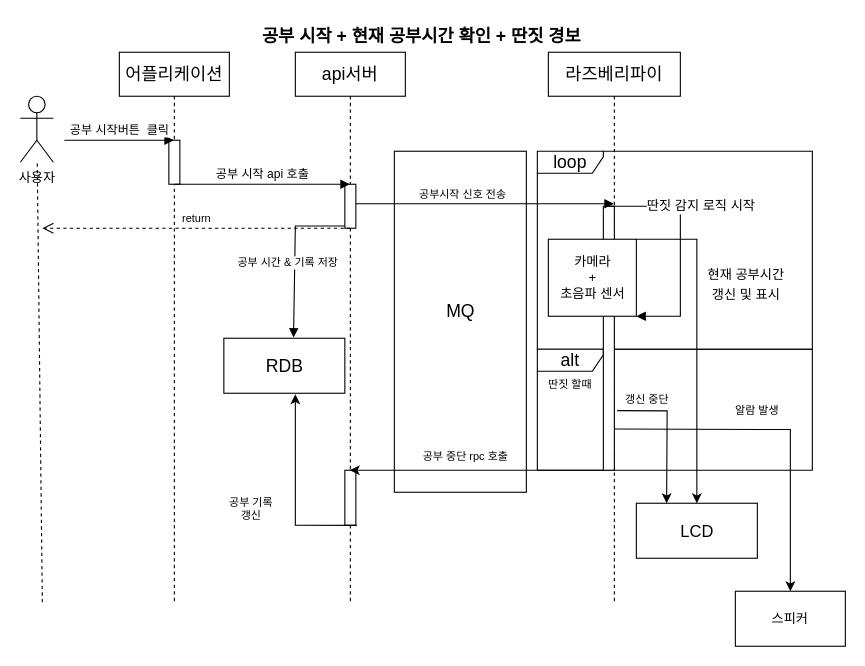
Above: page "공부 시작+공부시간 확인" (3 of 11) of doc/UML.drawio in veryneuron/study_mate_project (draw.io), before the change. Source tidied: cells renumbered, new cells numbered last; positions are measured from the earlier drawing's top-left corner, leaving out a move shared by most shapes. Both pictures are drawn from the tidied source at 110%, with x=0, y=0 at pixel (20, 19).
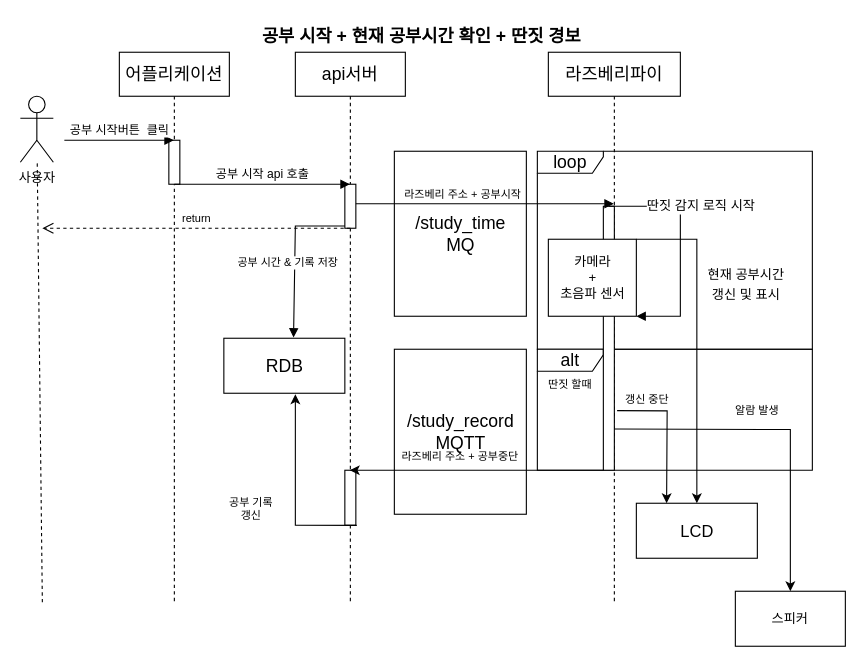
After the change.

The change refers to these unchanged cells:
```xml
<mxCell id="6" style="html=1;points=[];perimeter=orthogonalPerimeter;" parent="5" vertex="1">
  <mxGeometry x="45" y="120" width="10" height="40" as="geometry" />
</mxCell>
<mxCell id="11" value="라즈베리파이" style="shape=umlLifeline;perimeter=lifelinePerimeter;whiteSpace=wrap;html=1;outlineConnect=0;fontSize=16;" parent="1" vertex="1">
  <mxGeometry x="480" y="30" width="120" height="500" as="geometry" />
</mxCell>
```

The edit, as a diff of the source:
```diff
@@
+    <mxCell id="36" value="/study_record&lt;br&gt;MQTT" style="html=1;fontSize=16;" parent="1" vertex="1">
+      <mxGeometry x="340" y="300" width="120" height="150" as="geometry" />
+    </mxCell>
@@
-    <mxCell id="16" value="MQ&lt;br&gt;&lt;br&gt;" style="html=1;fontSize=16;" parent="1" vertex="1">
-      <mxGeometry x="340" y="120" width="120" height="310" as="geometry" />
+    <mxCell id="16" value="/study_time&lt;br&gt;MQ" style="html=1;fontSize=16;" parent="1" vertex="1">
+      <mxGeometry x="340" y="120" width="120" height="150" as="geometry" />
     </mxCell>
@@
-    <mxCell id="22" value="공부시작 신호 전송" style="html=1;verticalAlign=bottom;endArrow=block;rounded=0;exitX=1;exitY=0.442;exitDx=0;exitDy=0;exitPerimeter=0;fontSize=10;" parent="1" edge="1" source="6" target="11">
+    <mxCell id="22" value="라즈베리 주소 + 공부시작" style="html=1;verticalAlign=bottom;endArrow=block;rounded=0;exitX=1;exitY=0.442;exitDx=0;exitDy=0;exitPerimeter=0;fontSize=10;" parent="1" edge="1" source="6" target="11">
       <mxGeometry x="-0.17" relative="1" as="geometry" />
     </mxCell>
@@
-    <mxCell id="29" value="&lt;font style=&quot;font-size: 10px;&quot;&gt;공부 중단 rpc 호출&lt;/font&gt;" style="text;html=1;strokeColor=none;fillColor=none;align=center;verticalAlign=middle;whiteSpace=wrap;rounded=0;fontSize=16;" parent="1" vertex="1">
-      <mxGeometry x="360" y="380" width="90" height="30" as="geometry" />
+    <mxCell id="29" value="&lt;font style=&quot;font-size: 10px;&quot;&gt;라즈베리 주소 + 공부중단&lt;/font&gt;" style="text;html=1;strokeColor=none;fillColor=none;align=center;verticalAlign=middle;whiteSpace=wrap;rounded=0;fontSize=16;" parent="1" vertex="1">
+      <mxGeometry x="340" y="380" width="120" height="30" as="geometry" />
     </mxCell>
```
